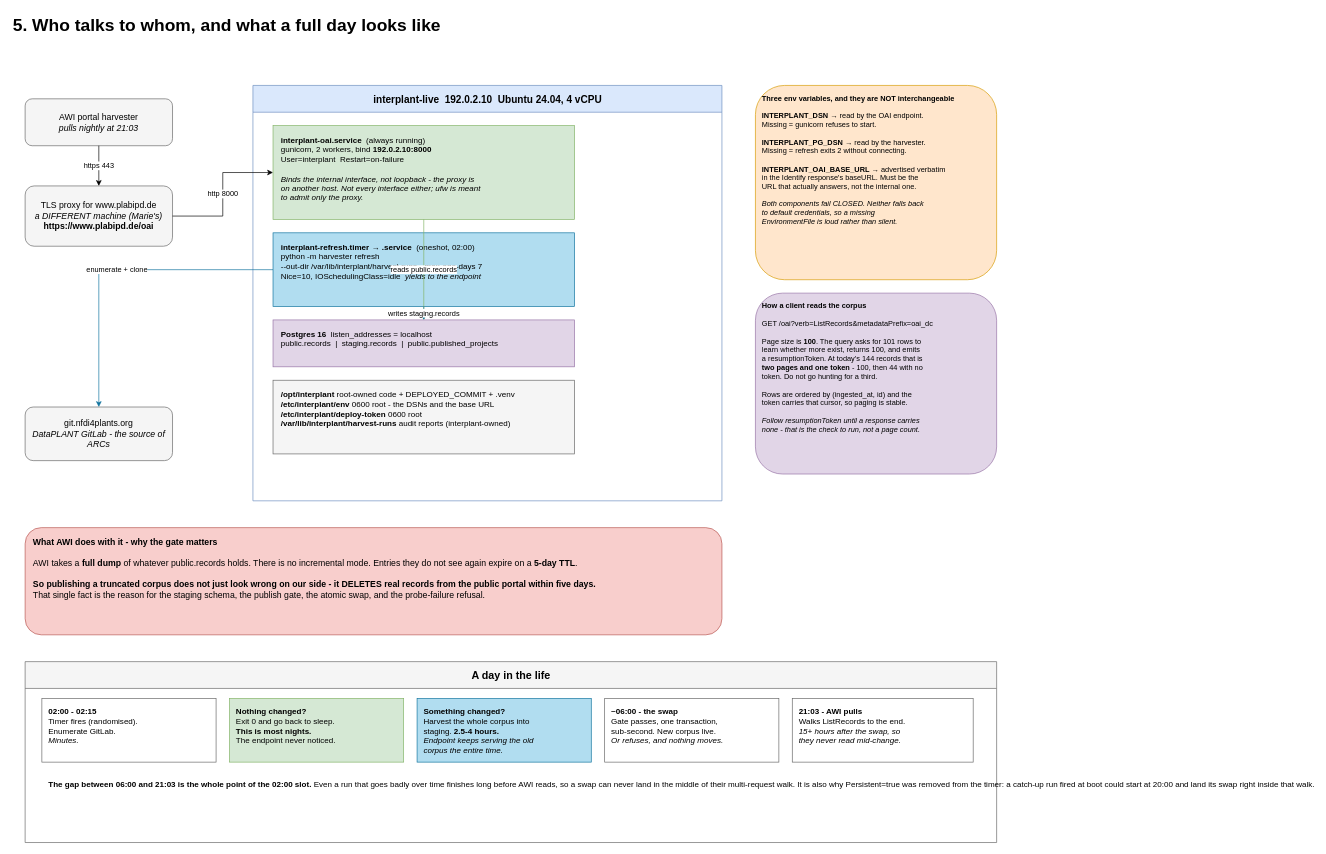
nfdi4plants/INTERPLANT keeps this draw.io diagram as page "5. Serving and the 24h cycle" (5 of 5) of docs/diagrams/interplant-production-deployment.drawio. Above is the earlier version. Source tidied: cells renumbered, new cells numbered last; positions are measured from the earlier drawing's top-left corner, leaving out a move shared by most shapes. Both pictures are drawn from the tidied source at 67%, with x=0, y=0 at pixel (11, 11).
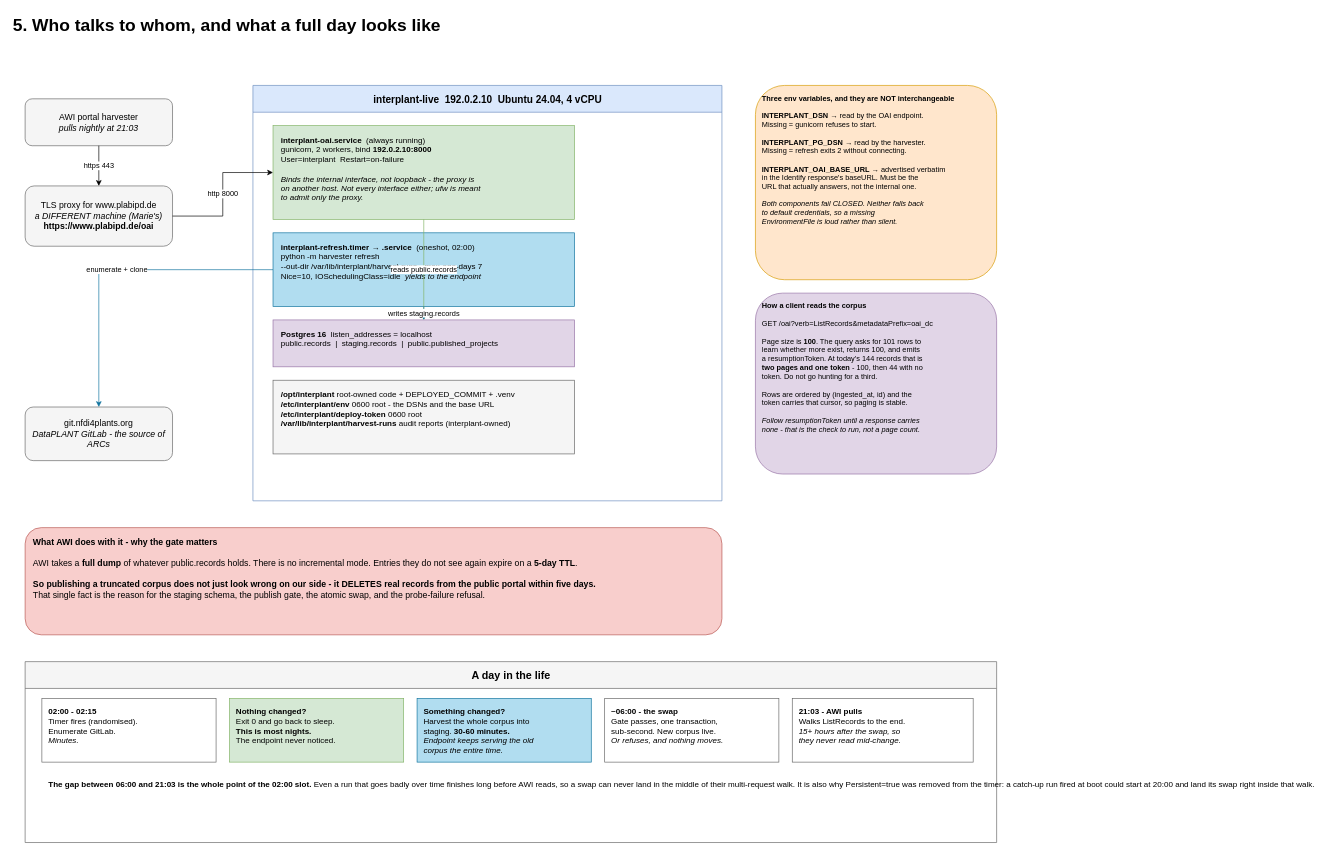
Above is the later version.

The change refers to these unchanged cells:
```xml
<mxCell id="14" value="A day in the life" style="swimlane;html=1;startSize=40;fillColor=#f5f5f5;strokeColor=#666666;fontSize=16;fontStyle=1;" parent="1" vertex="1">
  <mxGeometry x="20" y="970" width="1450" height="270" as="geometry" />
</mxCell>
```

Diff of the diagram source:
```diff
@@
-    <mxCell id="17" value="&lt;b&gt;Something changed?&lt;/b&gt;&lt;br&gt;Harvest the whole corpus into&lt;br&gt;staging. &lt;b&gt;2.5-4 hours.&lt;/b&gt;&lt;br&gt;&lt;i&gt;Endpoint keeps serving the old&lt;br&gt;corpus the entire time.&lt;/i&gt;" style="rounded=0;whiteSpace=wrap;html=1;fillColor=#b1ddf0;strokeColor=#10739e;fontSize=12;align=left;spacingLeft=8;verticalAlign=top;spacingTop=6;" parent="14" vertex="1">
+    <mxCell id="17" value="&lt;b&gt;Something changed?&lt;/b&gt;&lt;br&gt;Harvest the whole corpus into&lt;br&gt;staging. &lt;b&gt;30-60 minutes.&lt;/b&gt;&lt;br&gt;&lt;i&gt;Endpoint keeps serving the old&lt;br&gt;corpus the entire time.&lt;/i&gt;" style="rounded=0;whiteSpace=wrap;html=1;fillColor=#b1ddf0;strokeColor=#10739e;fontSize=12;align=left;spacingLeft=8;verticalAlign=top;spacingTop=6;" parent="14" vertex="1">
       <mxGeometry x="585" y="55" width="260" height="95" as="geometry" />
     </mxCell>
```
